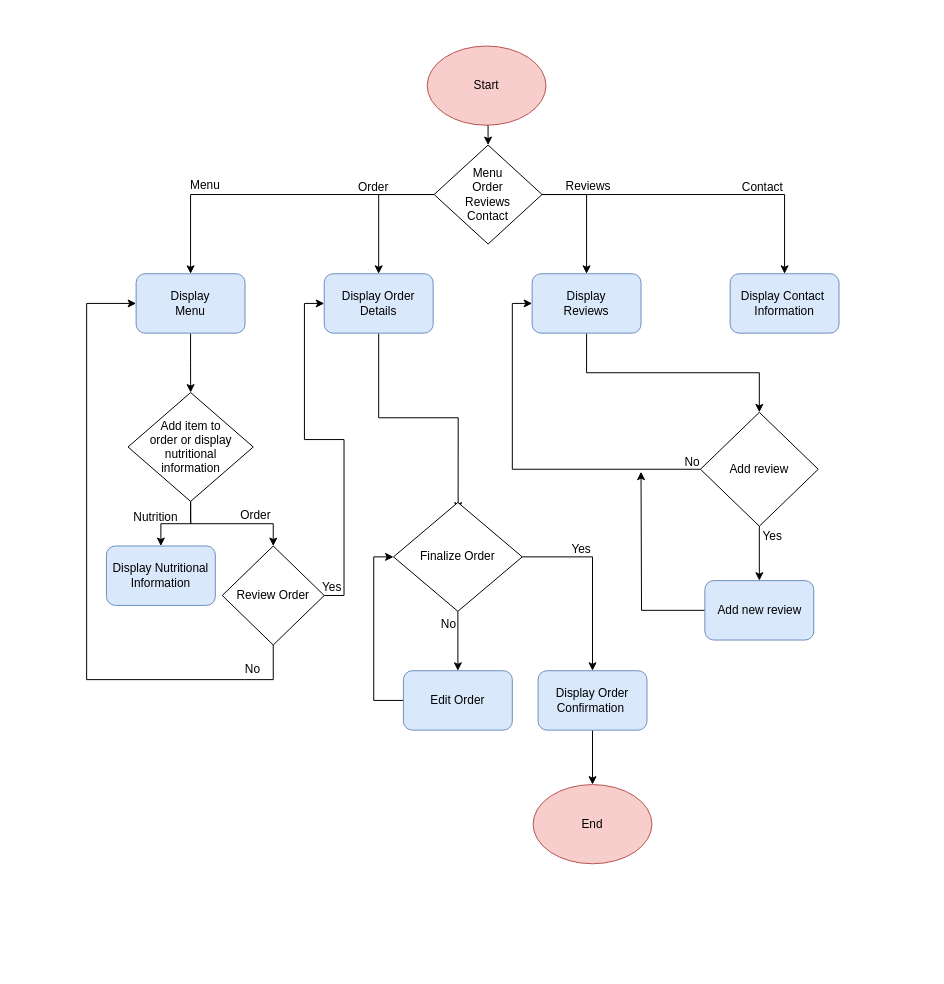
Before: Untitled Diagram.drawio in MendezJennifer/YummyNummies, a draw.io diagram. Source tidied: cells renumbered, new cells numbered last; positions are measured from the earlier drawing's top-left corner, leaving out a move shared by most shapes. Both pictures are drawn from the tidied source at 99%, with x=0, y=0 at pixel (86, 46).
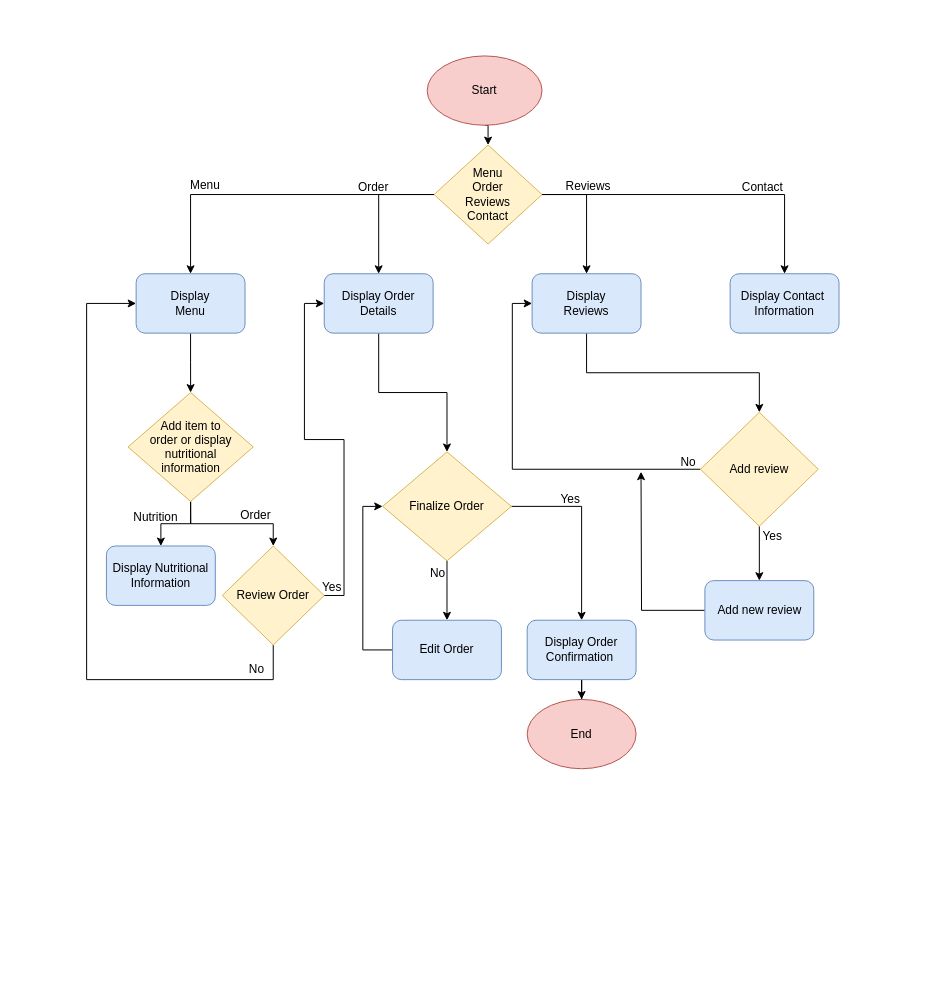
After the change.

Unchanged cells that the change refers to:
```xml
<mxCell id="12" value="Display Order&lt;br&gt;Details" style="rounded=1;whiteSpace=wrap;html=1;fillColor=#dae8fc;strokeColor=#6c8ebf;" parent="1" vertex="1">
  <mxGeometry x="240" y="230" width="110" height="60" as="geometry" />
</mxCell>
```

What changed in the source:
```diff
@@
+    <mxCell id="48" style="whiteSpace=wrap;html=1;strokeColor=none;" parent="1" vertex="1">
+      <mxGeometry x="-70" y="-29" width="920" height="960" as="geometry" />
+    </mxCell>
@@
     <mxCell id="3" value="Start" style="ellipse;whiteSpace=wrap;html=1;fillColor=#f8cecc;strokeColor=#b85450;" parent="1" vertex="1">
-      <mxGeometry x="344" width="120" height="80" as="geometry" />
+      <mxGeometry x="344" y="10" width="116" height="70" as="geometry" />
     </mxCell>
@@
-    <mxCell id="8" value="Menu&lt;br&gt;Order&lt;br&gt;Reviews&lt;br&gt;Contact" style="rhombus;whiteSpace=wrap;html=1;" parent="1" vertex="1">
+    <mxCell id="8" value="Menu&lt;br&gt;Order&lt;br&gt;Reviews&lt;br&gt;Contact" style="rhombus;whiteSpace=wrap;html=1;fillColor=#fff2cc;strokeColor=#d6b656;" parent="1" vertex="1">
       <mxGeometry x="351" y="100" width="109" height="100" as="geometry" />
     </mxCell>
@@
-    <mxCell id="11" style="edgeStyle=orthogonalEdgeStyle;rounded=0;jettySize=auto;html=1;exitX=0.5;exitY=1;exitDx=0;exitDy=0;entryX=0.502;entryY=0.075;entryDx=0;entryDy=0;entryPerimeter=0;" parent="1" edge="1" source="12" target="22">
+    <mxCell id="11" style="edgeStyle=orthogonalEdgeStyle;rounded=0;jettySize=auto;html=1;exitX=0.5;exitY=1;exitDx=0;exitDy=0;entryX=0.5;entryY=0;entryDx=0;entryDy=0;" parent="1" edge="1" source="12" target="22">
       <mxGeometry relative="1" as="geometry" />
     </mxCell>
@@
-    <mxCell id="18" value="Add item to &lt;br&gt;order or display nutritional &lt;br&gt;information" style="rhombus;whiteSpace=wrap;html=1;" parent="1" vertex="1">
+    <mxCell id="18" value="Add item to &lt;br&gt;order or display nutritional &lt;br&gt;information" style="rhombus;whiteSpace=wrap;html=1;fillColor=#fff2cc;strokeColor=#d6b656;" parent="1" vertex="1">
       <mxGeometry x="41.8" y="350" width="126.5" height="110" as="geometry" />
     </mxCell>
@@
-    <mxCell id="22" value="Finalize Order" style="rhombus;whiteSpace=wrap;html=1;" parent="1" vertex="1">
-      <mxGeometry x="310" y="461" width="130" height="110" as="geometry" />
+    <mxCell id="22" value="Finalize Order" style="rhombus;whiteSpace=wrap;html=1;fillColor=#fff2cc;strokeColor=#d6b656;" parent="1" vertex="1">
+      <mxGeometry x="299" y="410" width="130" height="110" as="geometry" />
     </mxCell>
@@
     <mxCell id="24" value="Display Order Confirmation&amp;nbsp;" style="rounded=1;whiteSpace=wrap;html=1;fillColor=#dae8fc;strokeColor=#6c8ebf;" parent="1" vertex="1">
-      <mxGeometry x="456" y="631" width="110" height="60" as="geometry" />
+      <mxGeometry x="445" y="580" width="110" height="60" as="geometry" />
     </mxCell>
@@
-    <mxCell id="27" value="Add review" style="rhombus;whiteSpace=wrap;html=1;" parent="1" vertex="1">
+    <mxCell id="27" value="Add review" style="rhombus;whiteSpace=wrap;html=1;fillColor=#fff2cc;strokeColor=#d6b656;" parent="1" vertex="1">
       <mxGeometry x="620" y="370" width="119" height="115" as="geometry" />
     </mxCell>
@@
     <mxCell id="30" value="End" style="ellipse;whiteSpace=wrap;html=1;fillColor=#f8cecc;strokeColor=#b85450;" parent="1" vertex="1">
-      <mxGeometry x="451" y="746" width="120" height="80" as="geometry" />
+      <mxGeometry x="445" y="660" width="110" height="70" as="geometry" />
     </mxCell>
@@
-    <mxCell id="33" value="Review Order" style="rhombus;whiteSpace=wrap;html=1;" parent="1" vertex="1">
+    <mxCell id="33" value="Review Order" style="rhombus;whiteSpace=wrap;html=1;fillColor=#fff2cc;strokeColor=#d6b656;" parent="1" vertex="1">
       <mxGeometry x="137" y="505" width="103" height="100" as="geometry" />
     </mxCell>
@@
     <mxCell id="35" value="Edit Order" style="rounded=1;whiteSpace=wrap;html=1;fillColor=#dae8fc;strokeColor=#6c8ebf;" parent="1" vertex="1">
-      <mxGeometry x="320" y="631" width="110" height="60" as="geometry" />
+      <mxGeometry x="309" y="580" width="110" height="60" as="geometry" />
     </mxCell>
@@
     <mxCell id="40" value="No" style="text;html=1;strokeColor=none;fillColor=none;align=center;verticalAlign=middle;whiteSpace=wrap;rounded=0;" parent="1" vertex="1">
-      <mxGeometry x="138" y="615" width="60" height="30" as="geometry" />
+      <mxGeometry x="142" y="615" width="60" height="30" as="geometry" />
     </mxCell>
@@
     <mxCell id="44" value="No" style="text;html=1;strokeColor=none;fillColor=none;align=center;verticalAlign=middle;whiteSpace=wrap;rounded=0;" parent="1" vertex="1">
-      <mxGeometry x="336" y="569" width="60" height="30" as="geometry" />
+      <mxGeometry x="325" y="518" width="60" height="30" as="geometry" />
     </mxCell>
     <mxCell id="45" value="No" style="text;html=1;strokeColor=none;fillColor=none;align=center;verticalAlign=middle;whiteSpace=wrap;rounded=0;" parent="1" vertex="1">
-      <mxGeometry x="582" y="406" width="60" height="30" as="geometry" />
+      <mxGeometry x="578" y="406" width="60" height="30" as="geometry" />
     </mxCell>
@@
     <mxCell id="47" value="Yes" style="text;html=1;strokeColor=none;fillColor=none;align=center;verticalAlign=middle;whiteSpace=wrap;rounded=0;" parent="1" vertex="1">
-      <mxGeometry x="470" y="494" width="60" height="30" as="geometry" />
+      <mxGeometry x="459" y="443" width="60" height="30" as="geometry" />
     </mxCell>
```
